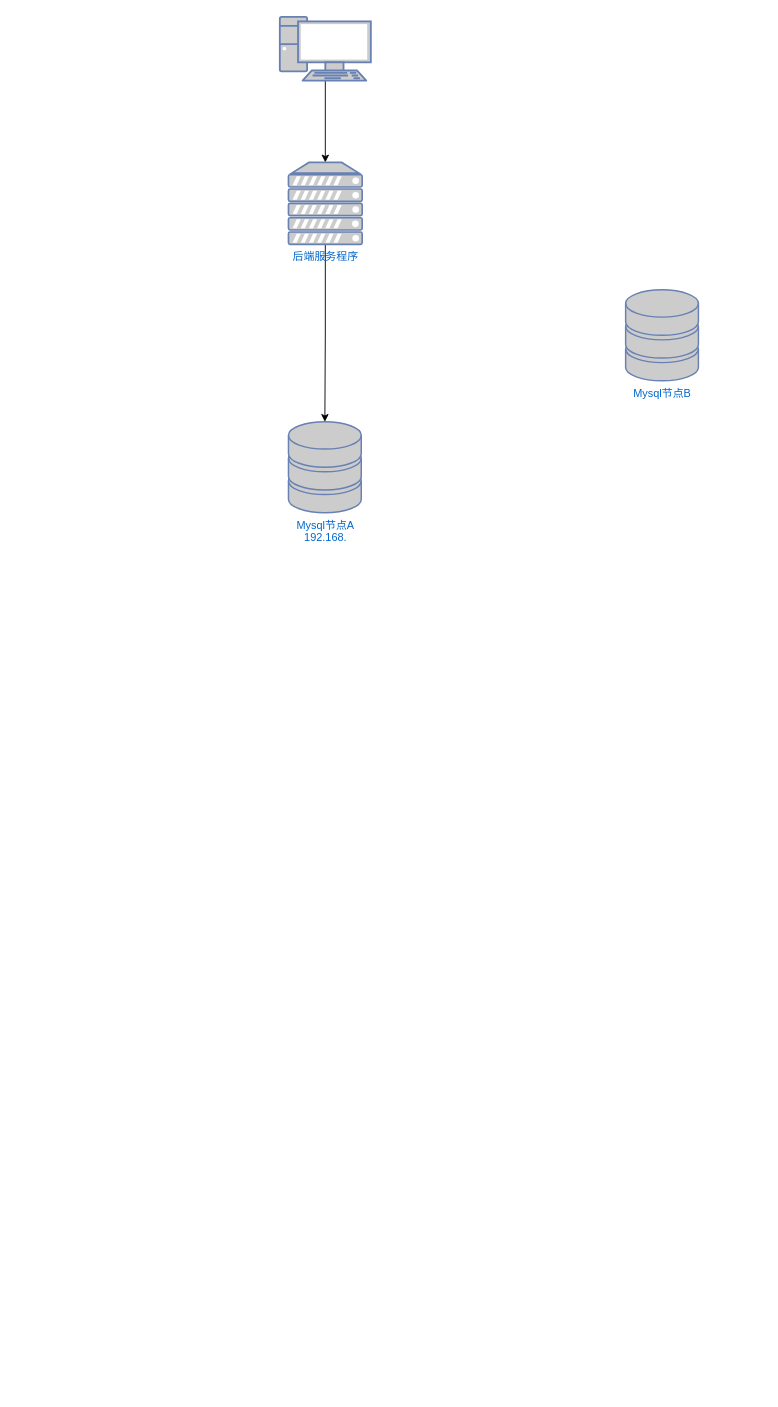
Earlier version of the draw.io diagram 未命名绘图.drawio (LuBangTao/draw). Source tidied: cells renumbered, new cells numbered last; positions are measured from the earlier drawing's top-left corner, leaving out a move shared by most shapes. Both pictures are drawn from the tidied source at 91%, with x=0, y=0 at pixel (279, 16).
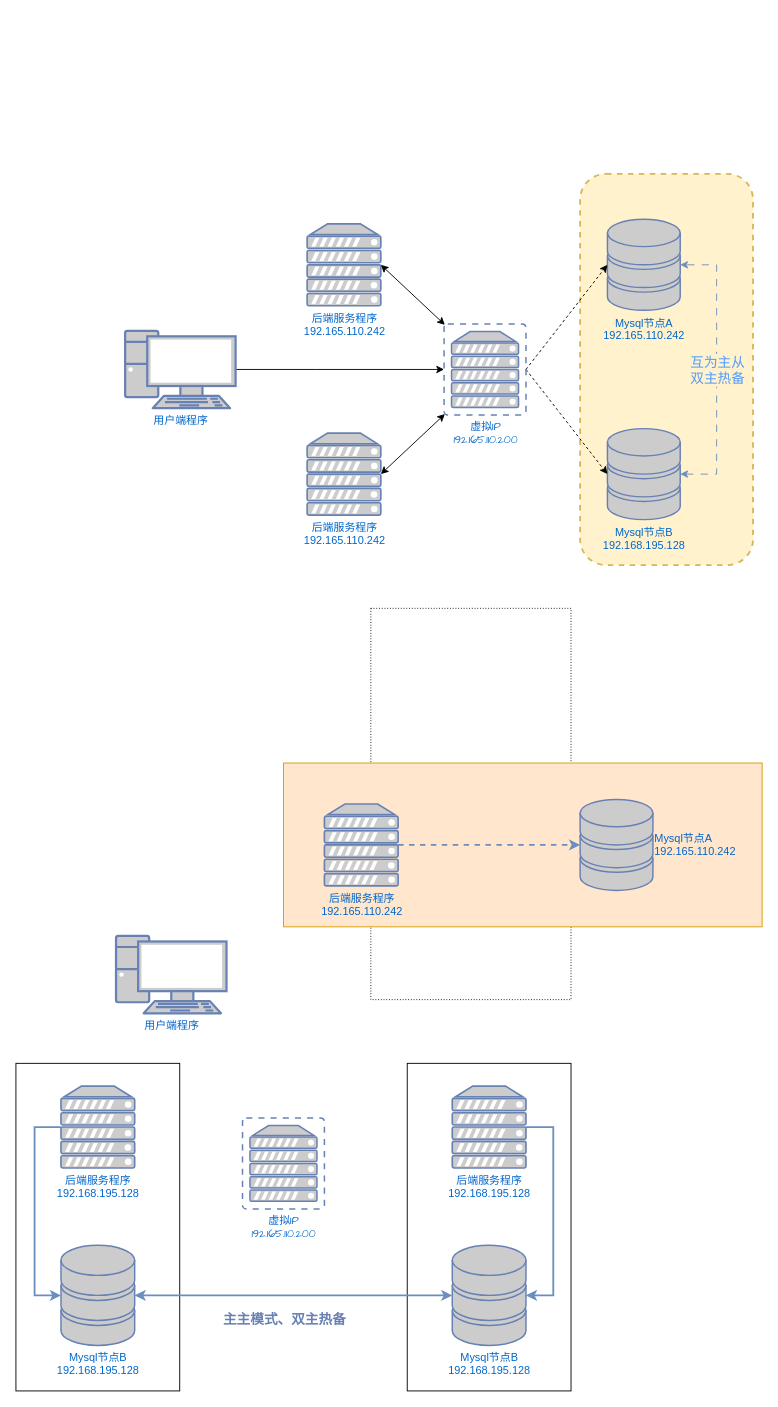
The same diagram, later.

Commit message:
更新未命名绘图.drawio

What changed in the source:
```diff
@@
+    <mxCell id="8" style="rounded=1;whiteSpace=wrap;html=1;dashed=1;labelBorderColor=none;strokeColor=#d6b656;fontFamily=Times New Roman;fontSize=15;fillColor=#fff2cc;strokeWidth=2;" parent="1" vertex="1">
+      <mxGeometry x="330" y="172.5" width="190" height="430" as="geometry" />
+    </mxCell>
+    <mxCell id="9" style="rounded=0;whiteSpace=wrap;html=1;labelBorderColor=#6c8ebf;fontFamily=Times New Roman;fontSize=15;dashed=1;dashPattern=1 2;" parent="1" vertex="1">
+      <mxGeometry x="100" y="650" width="220" height="430" as="geometry" />
+    </mxCell>
+    <mxCell id="10" style="rounded=0;whiteSpace=wrap;html=1;strokeColor=#d79b00;fontFamily=Comic Sans MS;fillColor=#ffe6cc;" parent="1" vertex="1">
+      <mxGeometry x="4" y="820" width="526" height="180" as="geometry" />
+    </mxCell>
+    <mxCell id="11" style="rounded=0;whiteSpace=wrap;html=1;fontFamily=Comic Sans MS;" parent="1" vertex="1">
+      <mxGeometry x="140" y="1150" width="180" height="360" as="geometry" />
+    </mxCell>
-    <mxCell id="2" value="Mysql节点A&lt;br&gt;192.168." style="fontColor=#0066CC;verticalAlign=top;verticalLabelPosition=bottom;labelPosition=center;align=center;html=1;outlineConnect=0;fillColor=#CCCCCC;strokeColor=#6881B3;gradientColor=none;gradientDirection=north;strokeWidth=2;shape=mxgraph.networks.storage;" parent="1" vertex="1">
-      <mxGeometry x="9.5" y="445" width="80" height="100" as="geometry" />
+    <mxCell id="2" value="Mysql节点A&lt;br&gt;192.165.110.242&lt;br&gt;" style="fontColor=#0066CC;verticalAlign=top;verticalLabelPosition=bottom;labelPosition=center;align=center;html=1;outlineConnect=0;fillColor=#CCCCCC;strokeColor=#6881B3;gradientColor=none;gradientDirection=north;strokeWidth=2;shape=mxgraph.networks.storage;" parent="1" vertex="1">
+      <mxGeometry x="360" y="222.5" width="80" height="100" as="geometry" />
     </mxCell>
-    <mxCell id="3" value="Mysql节点B" style="fontColor=#0066CC;verticalAlign=top;verticalLabelPosition=bottom;labelPosition=center;align=center;html=1;outlineConnect=0;fillColor=#CCCCCC;strokeColor=#6881B3;gradientColor=none;gradientDirection=north;strokeWidth=2;shape=mxgraph.networks.storage;" parent="1" vertex="1">
-      <mxGeometry x="380" y="300" width="80" height="100" as="geometry" />
+    <mxCell id="3" value="Mysql节点B&lt;br&gt;192.168.195.128&lt;br&gt;" style="fontColor=#0066CC;verticalAlign=top;verticalLabelPosition=bottom;labelPosition=center;align=center;html=1;outlineConnect=0;fillColor=#CCCCCC;strokeColor=#6881B3;gradientColor=none;gradientDirection=north;strokeWidth=2;shape=mxgraph.networks.storage;" parent="1" vertex="1">
+      <mxGeometry x="360" y="452.5" width="80" height="100" as="geometry" />
     </mxCell>
-    <mxCell id="4" style="edgeStyle=orthogonalEdgeStyle;rounded=0;jettySize=auto;html=1;entryX=0.5;entryY=0;entryDx=0;entryDy=0;entryPerimeter=0;" parent="1" edge="1" source="5" target="7">
-      <mxGeometry relative="1" as="geometry" />
-    </mxCell>
+    <mxCell id="12" style="edgeStyle=orthogonalEdgeStyle;rounded=0;jettySize=auto;html=1;strokeColor=#000000;strokeWidth=1;fontFamily=Times New Roman;fontSize=15;fontColor=#6881b3;fillColor=#F2CC8F;" parent="1" edge="1" source="5" target="31">
+      <mxGeometry relative="1" as="geometry">
+        <Array as="points">
+          <mxPoint x="40" y="387" />
+          <mxPoint x="40" y="387" />
+        </Array>
+      </mxGeometry>
+    </mxCell>
-    <mxCell id="5" style="fontColor=#0066CC;verticalAlign=top;verticalLabelPosition=bottom;labelPosition=center;align=center;html=1;outlineConnect=0;fillColor=#CCCCCC;strokeColor=#6881B3;gradientColor=none;gradientDirection=north;strokeWidth=2;shape=mxgraph.networks.pc;" parent="1" vertex="1">
-      <mxGeometry width="100" height="70" as="geometry" />
+    <mxCell id="5" value="用户端程序" style="fontColor=#0066CC;verticalAlign=top;verticalLabelPosition=bottom;labelPosition=center;align=center;html=1;outlineConnect=0;fillColor=#CCCCCC;strokeColor=#6881B3;gradientColor=none;gradientDirection=north;strokeWidth=2;shape=mxgraph.networks.pc;" parent="1" vertex="1">
+      <mxGeometry x="-170" y="345" width="121.4" height="85" as="geometry" />
     </mxCell>
-    <mxCell id="6" style="edgeStyle=orthogonalEdgeStyle;rounded=0;jettySize=auto;html=1;entryX=0.5;entryY=0;entryDx=0;entryDy=0;entryPerimeter=0;" parent="1" edge="1" source="7" target="2">
-      <mxGeometry relative="1" as="geometry" />
-    </mxCell>
-    <mxCell id="7" value="后端服务程序" style="fontColor=#0066CC;verticalAlign=top;verticalLabelPosition=bottom;labelPosition=center;align=center;html=1;outlineConnect=0;fillColor=#CCCCCC;strokeColor=#6881B3;gradientColor=none;gradientDirection=north;strokeWidth=2;shape=mxgraph.networks.server;" parent="1" vertex="1">
-      <mxGeometry x="9.5" y="160" width="81" height="90" as="geometry" />
+    <mxCell id="7" value="后端服务程序&lt;br&gt;192.165.110.242&lt;br&gt;" style="fontColor=#0066CC;verticalAlign=top;verticalLabelPosition=bottom;labelPosition=center;align=center;html=1;outlineConnect=0;fillColor=#CCCCCC;strokeColor=#6881B3;gradientColor=none;gradientDirection=north;strokeWidth=2;shape=mxgraph.networks.server;" parent="1" vertex="1">
+      <mxGeometry x="30" y="227.5" width="81" height="90" as="geometry" />
     </mxCell>
+    <mxCell id="13" style="endArrow=classic;startArrow=classic;html=1;rounded=0;strokeColor=#6c8ebf;fontColor=#99004D;fillColor=#dae8fc;strokeWidth=1;edgeStyle=orthogonalEdgeStyle;entryX=1;entryY=0.5;entryDx=0;entryDy=0;entryPerimeter=0;exitX=1;exitY=0.5;exitDx=0;exitDy=0;exitPerimeter=0;dashed=1;dashPattern=8 8;" parent="1" edge="1" source="3" target="2">
+      <mxGeometry relative="1" as="geometry">
+        <Array as="points">
+          <mxPoint x="480" y="502.5" />
+          <mxPoint x="480" y="272.5" />
+        </Array>
+      </mxGeometry>
+    </mxCell>
+    <mxCell id="14" value="互为主从&lt;br&gt;双主热备" style="edgeLabel;html=1;align=center;verticalAlign=middle;fontSize=15;fontFamily=Times New Roman;fontColor=#4F9BFF;labelBorderColor=none;labelBackgroundColor=#FFF2CC;" parent="13" vertex="1">
+      <mxGeometry x="0.07" y="3" relative="1" as="geometry">
+        <mxPoint x="3" y="11" as="offset" />
+      </mxGeometry>
+    </mxCell>
+    <mxCell id="15" value="Mysql节点A&lt;br&gt;192.165.110.242&lt;br&gt;" style="fontColor=#0066CC;verticalAlign=middle;verticalLabelPosition=middle;labelPosition=right;align=left;html=1;outlineConnect=0;fillColor=#CCCCCC;strokeColor=#6881B3;gradientColor=none;gradientDirection=north;strokeWidth=2;shape=mxgraph.networks.storage;" parent="1" vertex="1">
+      <mxGeometry x="330" y="860" width="80" height="100" as="geometry" />
+    </mxCell>
+    <mxCell id="16" value="Mysql节点B&lt;br&gt;192.168.195.128&lt;br&gt;" style="fontColor=#0066CC;verticalAlign=top;verticalLabelPosition=bottom;labelPosition=center;align=center;html=1;outlineConnect=0;fillColor=#CCCCCC;strokeColor=#6881B3;gradientColor=none;gradientDirection=north;strokeWidth=2;shape=mxgraph.networks.storage;" parent="1" vertex="1">
+      <mxGeometry x="189.5" y="1350" width="81" height="110" as="geometry" />
+    </mxCell>
+    <mxCell id="17" value="用户端程序" style="fontColor=#0066CC;verticalAlign=top;verticalLabelPosition=bottom;labelPosition=center;align=center;html=1;fillColor=#CCCCCC;strokeColor=#6881B3;gradientColor=none;gradientDirection=north;strokeWidth=2;shape=mxgraph.networks.pc;" parent="1" vertex="1">
+      <mxGeometry x="-180" y="1010" width="121.4" height="85" as="geometry" />
+    </mxCell>
+    <mxCell id="18" style="edgeStyle=none;rounded=0;jettySize=auto;html=1;strokeColor=#6c8ebf;strokeWidth=2;fontFamily=Comic Sans MS;fontColor=#6881b3;fillColor=#dae8fc;dashed=1;" parent="1" edge="1" source="19" target="15">
+      <mxGeometry relative="1" as="geometry" />
+    </mxCell>
+    <mxCell id="19" value="后端服务程序&lt;br&gt;192.165.110.242&lt;br&gt;" style="fontColor=#0066CC;verticalAlign=top;verticalLabelPosition=bottom;labelPosition=center;align=center;html=1;outlineConnect=0;fillColor=#CCCCCC;strokeColor=#6881B3;gradientColor=none;gradientDirection=north;strokeWidth=2;shape=mxgraph.networks.server;" parent="1" vertex="1">
+      <mxGeometry x="49" y="865" width="81" height="90" as="geometry" />
+    </mxCell>
+    <mxCell id="20" style="edgeStyle=orthogonalEdgeStyle;rounded=0;jettySize=auto;html=1;entryX=1;entryY=0.5;entryDx=0;entryDy=0;entryPerimeter=0;strokeColor=#6c8ebf;strokeWidth=2;fontFamily=Comic Sans MS;fontColor=#6881b3;fillColor=#dae8fc;exitX=1;exitY=0.5;exitDx=0;exitDy=0;exitPerimeter=0;" parent="1" edge="1" source="21" target="16">
+      <mxGeometry relative="1" as="geometry">
+        <Array as="points">
+          <mxPoint x="300.5" y="1220" />
+          <mxPoint x="300.5" y="1405" />
+        </Array>
+      </mxGeometry>
+    </mxCell>
+    <mxCell id="21" value="后端服务程序&lt;br&gt;192.168.195.128" style="fontColor=#0066CC;verticalAlign=top;verticalLabelPosition=bottom;labelPosition=center;align=center;html=1;outlineConnect=0;fillColor=#CCCCCC;strokeColor=#6881B3;gradientColor=none;gradientDirection=north;strokeWidth=2;shape=mxgraph.networks.server;" parent="1" vertex="1">
+      <mxGeometry x="189.5" y="1175" width="81" height="90" as="geometry" />
+    </mxCell>
+    <mxCell id="22" value="虚拟IP&lt;br&gt;192.165.110.200" style="fontColor=#0066CC;verticalAlign=top;verticalLabelPosition=bottom;labelPosition=center;align=center;html=1;fillColor=#CCCCCC;strokeColor=#6881B3;gradientColor=none;gradientDirection=north;strokeWidth=2;shape=mxgraph.networks.virtual_server;fontFamily=Comic Sans MS;" parent="1" vertex="1">
+      <mxGeometry x="-41" y="1210" width="90" height="100" as="geometry" />
+    </mxCell>
+    <mxCell id="23" style="rounded=0;whiteSpace=wrap;html=1;fontFamily=Comic Sans MS;" parent="1" vertex="1">
+      <mxGeometry x="-290" y="1150" width="180" height="360" as="geometry" />
+    </mxCell>
+    <mxCell id="24" value="Mysql节点B&lt;br&gt;192.168.195.128&lt;br&gt;" style="fontColor=#0066CC;verticalAlign=top;verticalLabelPosition=bottom;labelPosition=center;align=center;html=1;outlineConnect=0;fillColor=#CCCCCC;strokeColor=#6881B3;gradientColor=none;gradientDirection=north;strokeWidth=2;shape=mxgraph.networks.storage;" parent="1" vertex="1">
+      <mxGeometry x="-240.5" y="1350" width="81" height="110" as="geometry" />
+    </mxCell>
+    <mxCell id="25" style="edgeStyle=orthogonalEdgeStyle;rounded=0;jettySize=auto;html=1;entryX=0;entryY=0.5;entryDx=0;entryDy=0;entryPerimeter=0;strokeColor=#6c8ebf;strokeWidth=2;fontFamily=Comic Sans MS;fontColor=#6881b3;fillColor=#dae8fc;exitX=0;exitY=0.5;exitDx=0;exitDy=0;exitPerimeter=0;" parent="1" edge="1" source="26" target="24">
+      <mxGeometry relative="1" as="geometry">
+        <Array as="points">
+          <mxPoint x="-269.5" y="1220" />
+          <mxPoint x="-269.5" y="1405" />
+        </Array>
+      </mxGeometry>
+    </mxCell>
+    <mxCell id="26" value="后端服务程序&lt;br&gt;192.168.195.128" style="fontColor=#0066CC;verticalAlign=top;verticalLabelPosition=bottom;labelPosition=center;align=center;html=1;outlineConnect=0;fillColor=#CCCCCC;strokeColor=#6881B3;gradientColor=none;gradientDirection=north;strokeWidth=2;shape=mxgraph.networks.server;" parent="1" vertex="1">
+      <mxGeometry x="-240.5" y="1175" width="81" height="90" as="geometry" />
+    </mxCell>
+    <mxCell id="27" style="endArrow=classic;startArrow=classic;html=1;rounded=0;strokeColor=#6c8ebf;strokeWidth=2;fontFamily=Comic Sans MS;fontColor=#6881b3;fillColor=#dae8fc;exitX=1;exitY=0.5;exitDx=0;exitDy=0;exitPerimeter=0;" parent="1" edge="1" source="24" target="16">
+      <mxGeometry relative="1" as="geometry" />
+    </mxCell>
+    <mxCell id="28" value="&lt;p style=&quot;line-height: 120%; font-size: 15px;&quot;&gt;主主模式、双主热备&lt;/p&gt;" style="edgeLabel;html=1;align=center;verticalAlign=middle;fontFamily=Times New Roman;fontColor=#6881b3;fontSize=15;fontStyle=1;spacing=2;spacingLeft=0;horizontal=1;" parent="27" vertex="1">
+      <mxGeometry x="-0.07" relative="1" as="geometry">
+        <mxPoint x="2" y="25" as="offset" />
+      </mxGeometry>
+    </mxCell>
+    <mxCell id="29" style="rounded=0;jettySize=auto;html=1;strokeColor=#000000;strokeWidth=1;fontFamily=Times New Roman;fontSize=15;fontColor=#6881b3;fillColor=#F2CC8F;exitX=1;exitY=0.5;exitDx=0;exitDy=0;exitPerimeter=0;dashed=1;entryX=0;entryY=0.5;entryDx=0;entryDy=0;entryPerimeter=0;" parent="1" edge="1" source="31" target="2">
+      <mxGeometry relative="1" as="geometry" />
+    </mxCell>
+    <mxCell id="30" style="edgeStyle=none;rounded=0;jettySize=auto;html=1;strokeColor=#000000;strokeWidth=1;fontFamily=Times New Roman;fontSize=15;fontColor=#6881b3;fillColor=#F2CC8F;exitX=1;exitY=0.5;exitDx=0;exitDy=0;exitPerimeter=0;dashed=1;entryX=0;entryY=0.5;entryDx=0;entryDy=0;entryPerimeter=0;" parent="1" edge="1" source="31" target="3">
+      <mxGeometry relative="1" as="geometry" />
+    </mxCell>
+    <mxCell id="31" value="虚拟IP&lt;br&gt;192.165.110.200" style="fontColor=#0066CC;verticalAlign=top;verticalLabelPosition=bottom;labelPosition=center;align=center;html=1;outlineConnect=0;fillColor=#CCCCCC;strokeColor=#6881B3;gradientColor=none;gradientDirection=north;strokeWidth=2;shape=mxgraph.networks.virtual_server;fontFamily=Comic Sans MS;" parent="1" vertex="1">
+      <mxGeometry x="180.5" y="337.5" width="90" height="100" as="geometry" />
+    </mxCell>
+    <mxCell id="32" value="后端服务程序&lt;br&gt;192.165.110.242&lt;br&gt;" style="fontColor=#0066CC;verticalAlign=top;verticalLabelPosition=bottom;labelPosition=center;align=center;html=1;outlineConnect=0;fillColor=#CCCCCC;strokeColor=#6881B3;gradientColor=none;gradientDirection=north;strokeWidth=2;shape=mxgraph.networks.server;" parent="1" vertex="1">
+      <mxGeometry x="30" y="457.5" width="81" height="90" as="geometry" />
+    </mxCell>
+    <mxCell id="33" style="endArrow=classic;startArrow=classic;html=1;rounded=0;strokeColor=#000000;strokeWidth=1;fontFamily=Times New Roman;fontSize=15;fontColor=#080556;fillColor=#F2CC8F;exitX=1;exitY=0.5;exitDx=0;exitDy=0;exitPerimeter=0;entryX=0.01;entryY=0.01;entryDx=0;entryDy=0;entryPerimeter=0;" parent="1" edge="1" source="7" target="31">
+      <mxGeometry relative="1" as="geometry" />
+    </mxCell>
+    <mxCell id="34" style="endArrow=classic;startArrow=classic;html=1;rounded=0;strokeColor=#000000;strokeWidth=1;fontFamily=Times New Roman;fontSize=15;fontColor=#080556;fillColor=#F2CC8F;exitX=1;exitY=0.5;exitDx=0;exitDy=0;exitPerimeter=0;entryX=0.01;entryY=0.99;entryDx=0;entryDy=0;entryPerimeter=0;" parent="1" edge="1" source="32" target="31">
+      <mxGeometry relative="1" as="geometry" />
+    </mxCell>
```
